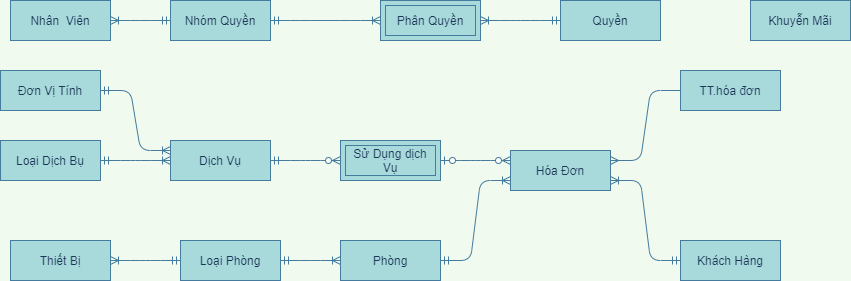
The draw.io diagram EntityRelationship-QLKS.png in maialino123/QLKS, before a commit. Source tidied: cells renumbered, new cells last; positions are measured from the earlier drawing's top-left corner, leaving out a move shared by most shapes.
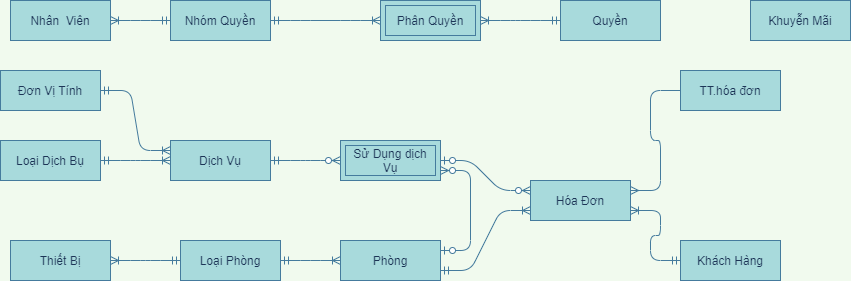
Later version of the same file.

Diff of the diagram source:
```diff
@@ -57,12 +57,12 @@
       <mxGeometry x="680" y="240" width="100" height="40" as="geometry" />
     </mxCell>
     <mxCell id="20" value="Hóa Đơn" style="whiteSpace=wrap;html=1;align=center;rounded=0;sketch=0;strokeColor=#457B9D;fillColor=#A8DADC;fontColor=#1D3557;" parent="1" vertex="1">
-      <mxGeometry x="510" y="150" width="100" height="40" as="geometry" />
+      <mxGeometry x="530" y="180" width="100" height="40" as="geometry" />
     </mxCell>
     <mxCell id="21" style="edgeStyle=entityRelationEdgeStyle;fontSize=12;html=1;endArrow=ERoneToMany;startArrow=ERmandOne;strokeColor=#457B9D;fontColor=#1D3557;exitX=1;exitY=0.5;exitDx=0;exitDy=0;labelBackgroundColor=#F1FAEE;" parent="1" edge="1" source="10" target="8">
       <mxGeometry relative="1" as="geometry" />
     </mxCell>
-    <mxCell id="22" style="edgeStyle=entityRelationEdgeStyle;fontSize=12;html=1;endArrow=ERoneToMany;startArrow=ERmandOne;strokeColor=#457B9D;fillColor=#A8DADC;exitX=1;exitY=0.5;exitDx=0;exitDy=0;entryX=0;entryY=0.75;entryDx=0;entryDy=0;fontColor=#1D3557;labelBackgroundColor=#F1FAEE;" parent="1" edge="1" source="18" target="20">
+    <mxCell id="22" style="edgeStyle=entityRelationEdgeStyle;fontSize=12;html=1;endArrow=ERoneToMany;startArrow=ERmandOne;strokeColor=#457B9D;fillColor=#A8DADC;exitX=1;exitY=0.75;exitDx=0;exitDy=0;entryX=0;entryY=0.75;entryDx=0;entryDy=0;fontColor=#1D3557;labelBackgroundColor=#F1FAEE;" parent="1" edge="1" source="18" target="20">
       <mxGeometry relative="1" as="geometry" />
     </mxCell>
     <mxCell id="23" value="TT.hóa đơn" style="whiteSpace=wrap;html=1;align=center;rounded=0;sketch=0;strokeColor=#457B9D;fillColor=#A8DADC;fontColor=#1D3557;" parent="1" vertex="1">
@@ -83,5 +83,8 @@
     <mxCell id="28" style="edgeStyle=entityRelationEdgeStyle;fontSize=12;html=1;endArrow=ERzeroToMany;startArrow=ERzeroToOne;entryX=0;entryY=0.25;entryDx=0;entryDy=0;labelBackgroundColor=#F1FAEE;strokeColor=#457B9D;fontColor=#1D3557;exitX=1;exitY=0.5;exitDx=0;exitDy=0;" parent="1" edge="1" source="6" target="20">
       <mxGeometry relative="1" as="geometry" />
     </mxCell>
+    <mxCell id="29" style="edgeStyle=entityRelationEdgeStyle;fontSize=12;html=1;endArrow=ERzeroToMany;startArrow=ERzeroToOne;labelBackgroundColor=#F1FAEE;strokeColor=#457B9D;fontColor=#1D3557;exitX=1;exitY=0.25;exitDx=0;exitDy=0;entryX=1;entryY=0.75;entryDx=0;entryDy=0;" parent="1" edge="1" source="18" target="6">
+      <mxGeometry relative="1" as="geometry" />
+    </mxCell>
   </root>
 </mxGraphModel>
```
